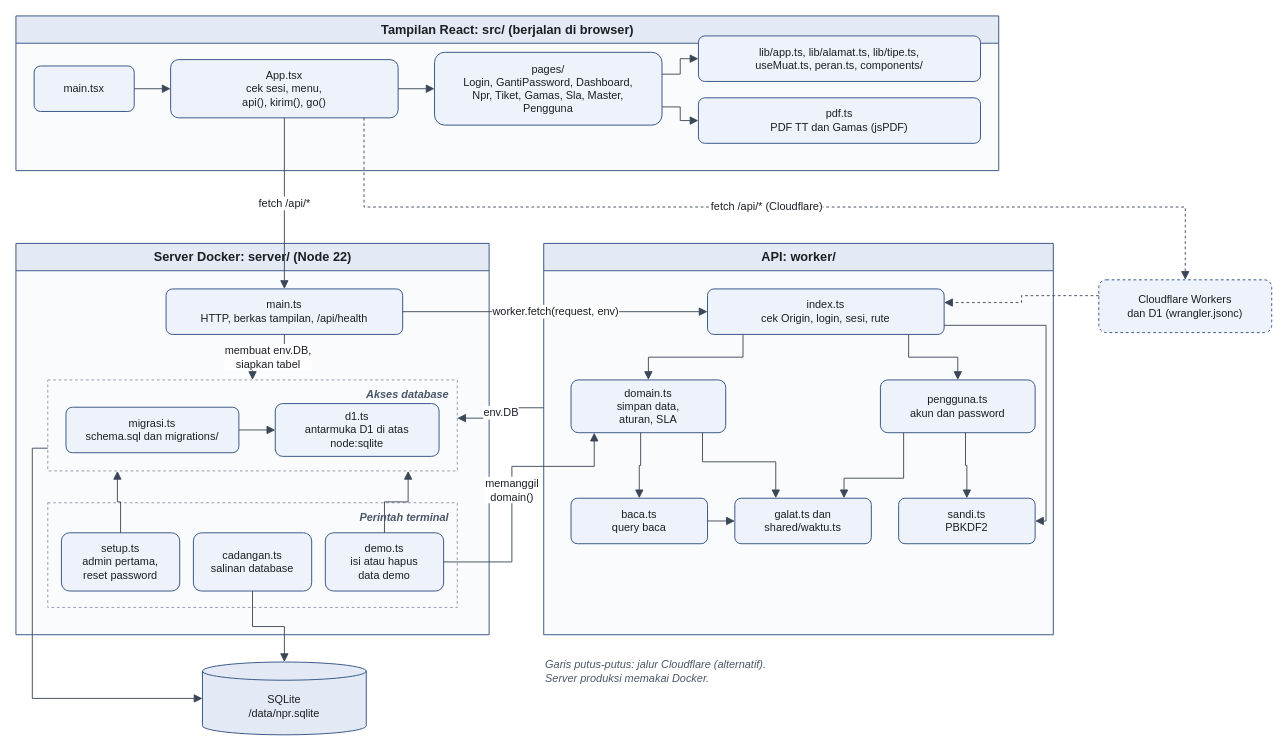
felicidad126/tyio keeps this draw.io diagram as review/gambar/diagram/05c-modul.drawio. Above is the earlier version. Source tidied: cells renumbered, new cells numbered last; positions are measured from the earlier drawing's top-left corner, leaving out a move shared by most shapes. Both pictures are drawn from the tidied source at 91%, with x=0, y=0 at pixel (15, 15).
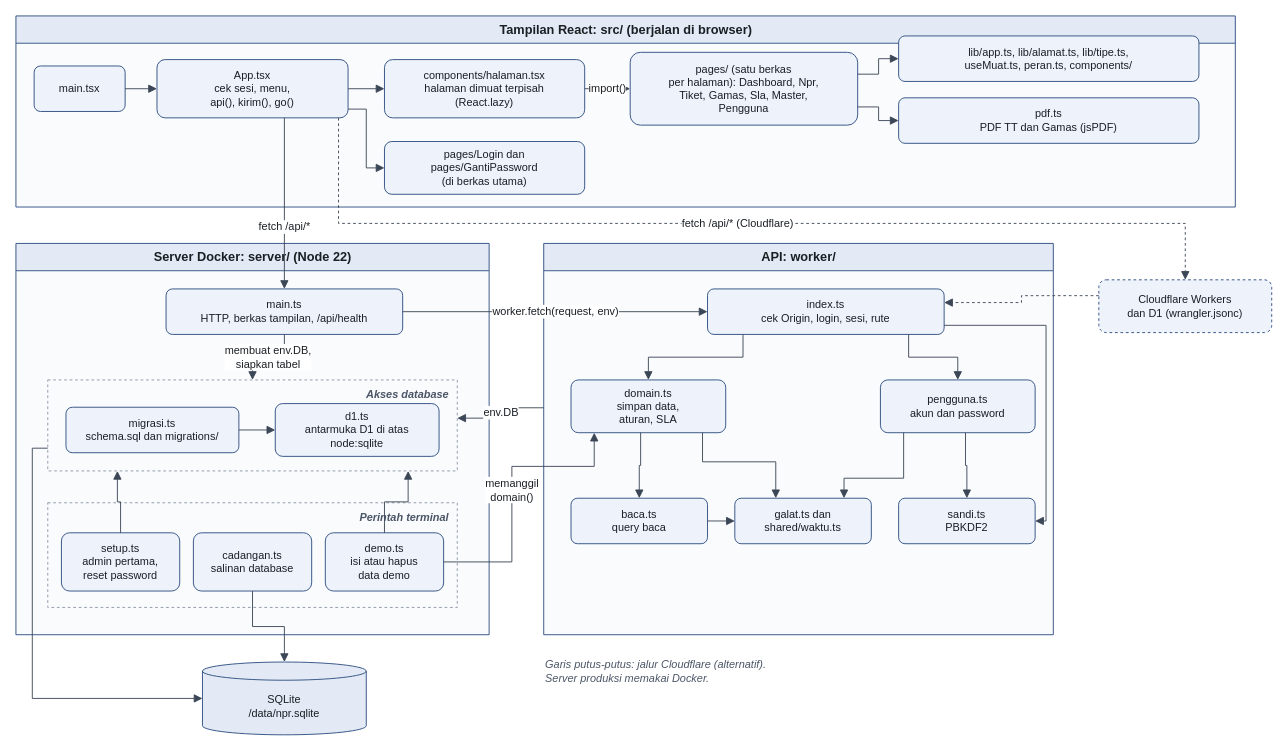
Above is the later version.

Unchanged cells that the change refers to:
```xml
<mxCell id="12" value="main.ts&#10;HTTP, berkas tampilan, /api/health" style="fontFamily=Arial;fontColor=#1B1F24;rounded=1;arcSize=14;whiteSpace=wrap;html=1;fillColor=#EEF3FB;strokeColor=#2B4C7E;fontSize=12;" parent="1" vertex="1">
  <mxGeometry x="165" y="300" width="260" height="50" as="geometry" />
</mxCell>
<mxCell id="25" value="Cloudflare Workers&#10;dan D1 (wrangler.jsonc)" style="fontFamily=Arial;fontColor=#1B1F24;rounded=1;arcSize=14;whiteSpace=wrap;html=1;fillColor=#EEF3FB;strokeColor=#2B4C7E;fontSize=12;dashed=1;" parent="1" vertex="1">
  <mxGeometry x="1190" y="290" width="190" height="58" as="geometry" />
</mxCell>
```

Change to the diagram source:
```diff
@@
     <mxCell id="2" value="Tampilan React: src/ (berjalan di browser)" style="fontFamily=Arial;fontColor=#1B1F24;swimlane;startSize=30;html=1;fillColor=#E3EAF5;swimlaneFillColor=#FAFBFD;strokeColor=#2B4C7E;fontStyle=1;fontSize=14;" parent="1" vertex="1">
-      <mxGeometry width="1080" height="170" as="geometry" />
+      <mxGeometry width="1340" height="210" as="geometry" />
     </mxCell>
@@
     <mxCell id="7" value="main.tsx" style="fontFamily=Arial;fontColor=#1B1F24;rounded=1;arcSize=14;whiteSpace=wrap;html=1;fillColor=#EEF3FB;strokeColor=#2B4C7E;fontSize=12;" parent="1" vertex="1">
-      <mxGeometry x="20" y="55" width="110" height="50" as="geometry" />
+      <mxGeometry x="20" y="55" width="100" height="50" as="geometry" />
     </mxCell>
     <mxCell id="8" value="App.tsx&#10;cek sesi, menu,&#10;api(), kirim(), go()" style="fontFamily=Arial;fontColor=#1B1F24;rounded=1;arcSize=14;whiteSpace=wrap;html=1;fillColor=#EEF3FB;strokeColor=#2B4C7E;fontSize=12;" parent="1" vertex="1">
-      <mxGeometry x="170" y="48" width="250" height="64" as="geometry" />
+      <mxGeometry x="155" y="48" width="210" height="64" as="geometry" />
     </mxCell>
+    <mxCell id="51" value="components/halaman.tsx&#10;halaman dimuat terpisah&#10;(React.lazy)" style="fontFamily=Arial;fontColor=#1B1F24;rounded=1;arcSize=14;whiteSpace=wrap;html=1;fillColor=#EEF3FB;strokeColor=#2B4C7E;fontSize=12;" parent="1" vertex="1">
+      <mxGeometry x="405" y="48" width="220" height="64" as="geometry" />
+    </mxCell>
-    <mxCell id="9" value="pages/&#10;Login, GantiPassword, Dashboard,&#10;Npr, Tiket, Gamas, Sla, Master,&#10;Pengguna" style="fontFamily=Arial;fontColor=#1B1F24;rounded=1;arcSize=14;whiteSpace=wrap;html=1;fillColor=#EEF3FB;strokeColor=#2B4C7E;fontSize=12;" parent="1" vertex="1">
-      <mxGeometry x="460" y="40" width="250" height="80" as="geometry" />
+    <mxCell id="9" value="pages/ (satu berkas&#10;per halaman): Dashboard, Npr,&#10;Tiket, Gamas, Sla, Master,&#10;Pengguna" style="fontFamily=Arial;fontColor=#1B1F24;rounded=1;arcSize=14;whiteSpace=wrap;html=1;fillColor=#EEF3FB;strokeColor=#2B4C7E;fontSize=12;" parent="1" vertex="1">
+      <mxGeometry x="675" y="40" width="250" height="80" as="geometry" />
     </mxCell>
+    <mxCell id="52" value="pages/Login dan&#10;pages/GantiPassword&#10;(di berkas utama)" style="fontFamily=Arial;fontColor=#1B1F24;rounded=1;arcSize=14;whiteSpace=wrap;html=1;fillColor=#EEF3FB;strokeColor=#2B4C7E;fontSize=12;" parent="1" vertex="1">
+      <mxGeometry x="405" y="138" width="220" height="58" as="geometry" />
+    </mxCell>
     <mxCell id="10" value="lib/app.ts, lib/alamat.ts, lib/tipe.ts,&#10;useMuat.ts, peran.ts, components/" style="fontFamily=Arial;fontColor=#1B1F24;rounded=1;arcSize=14;whiteSpace=wrap;html=1;fillColor=#EEF3FB;strokeColor=#2B4C7E;fontSize=12;" parent="1" vertex="1">
-      <mxGeometry x="750" y="22" width="310" height="50" as="geometry" />
+      <mxGeometry x="970" y="22" width="330" height="50" as="geometry" />
     </mxCell>
     <mxCell id="11" value="pdf.ts&#10;PDF TT dan Gamas (jsPDF)" style="fontFamily=Arial;fontColor=#1B1F24;rounded=1;arcSize=14;whiteSpace=wrap;html=1;fillColor=#EEF3FB;strokeColor=#2B4C7E;fontSize=12;" parent="1" vertex="1">
-      <mxGeometry x="750" y="90" width="310" height="50" as="geometry" />
+      <mxGeometry x="970" y="90" width="330" height="50" as="geometry" />
     </mxCell>
@@
-    <mxCell id="27" style="fontFamily=Arial;fontColor=#1B1F24;edgeStyle=orthogonalEdgeStyle;rounded=0;html=1;endArrow=block;endFill=1;endSize=7;strokeColor=#3B4656;fontSize=12;labelBackgroundColor=#ffffff;jumpStyle=arc;jumpSize=10;exitX=1;exitY=0.5;exitDx=0;exitDy=0;exitPerimeter=0;entryX=0;entryY=0.5;entryDx=0;entryDy=0;entryPerimeter=0;" parent="1" edge="1" source="8" target="9">
+    <mxCell id="27" style="fontFamily=Arial;fontColor=#1B1F24;edgeStyle=orthogonalEdgeStyle;rounded=0;html=1;endArrow=block;endFill=1;endSize=7;strokeColor=#3B4656;fontSize=12;labelBackgroundColor=#ffffff;jumpStyle=arc;jumpSize=10;exitX=1;exitY=0.5;exitDx=0;exitDy=0;exitPerimeter=0;entryX=0;entryY=0.5;entryDx=0;entryDy=0;entryPerimeter=0;" parent="1" edge="1" source="8" target="51">
       <mxGeometry relative="1" as="geometry" />
     </mxCell>
+    <mxCell id="53" value="import()" style="fontFamily=Arial;fontColor=#1B1F24;edgeStyle=orthogonalEdgeStyle;rounded=0;html=1;endArrow=block;endFill=1;endSize=7;strokeColor=#3B4656;fontSize=12;labelBackgroundColor=#ffffff;jumpStyle=arc;jumpSize=10;exitX=1;exitY=0.5;exitDx=0;exitDy=0;exitPerimeter=0;entryX=0;entryY=0.5;entryDx=0;entryDy=0;entryPerimeter=0;" parent="1" edge="1" source="51" target="9">
+      <mxGeometry relative="1" as="geometry" />
+    </mxCell>
+    <mxCell id="54" style="fontFamily=Arial;fontColor=#1B1F24;edgeStyle=orthogonalEdgeStyle;rounded=0;html=1;endArrow=block;endFill=1;endSize=7;strokeColor=#3B4656;fontSize=12;labelBackgroundColor=#ffffff;jumpStyle=arc;jumpSize=10;exitX=1;exitY=0.85;exitDx=0;exitDy=0;exitPerimeter=0;entryX=0;entryY=0.5;entryDx=0;entryDy=0;entryPerimeter=0;" parent="1" edge="1" source="8" target="52">
+      <mxGeometry relative="1" as="geometry">
+        <Array as="points">
+          <mxPoint x="385" y="102.4" />
+          <mxPoint x="385" y="167" />
+        </Array>
+      </mxGeometry>
+    </mxCell>
     <mxCell id="28" style="fontFamily=Arial;fontColor=#1B1F24;edgeStyle=orthogonalEdgeStyle;rounded=0;html=1;endArrow=block;endFill=1;endSize=7;strokeColor=#3B4656;fontSize=12;labelBackgroundColor=#ffffff;jumpStyle=arc;jumpSize=10;exitX=1;exitY=0.3;exitDx=0;exitDy=0;exitPerimeter=0;entryX=0;entryY=0.5;entryDx=0;entryDy=0;entryPerimeter=0;" parent="1" edge="1" source="9" target="10">
       <mxGeometry relative="1" as="geometry">
         <Array as="points">
-          <mxPoint x="730" y="64" />
-          <mxPoint x="730" y="47" />
+          <mxPoint x="948" y="64" />
+          <mxPoint x="948" y="47" />
         </Array>
       </mxGeometry>
     </mxCell>
     <mxCell id="29" style="fontFamily=Arial;fontColor=#1B1F24;edgeStyle=orthogonalEdgeStyle;rounded=0;html=1;endArrow=block;endFill=1;endSize=7;strokeColor=#3B4656;fontSize=12;labelBackgroundColor=#ffffff;jumpStyle=arc;jumpSize=10;exitX=1;exitY=0.75;exitDx=0;exitDy=0;exitPerimeter=0;entryX=0;entryY=0.5;entryDx=0;entryDy=0;entryPerimeter=0;" parent="1" edge="1" source="9" target="11">
       <mxGeometry relative="1" as="geometry">
         <Array as="points">
-          <mxPoint x="730" y="100" />
-          <mxPoint x="730" y="115" />
+          <mxPoint x="948" y="100" />
+          <mxPoint x="948" y="115" />
         </Array>
       </mxGeometry>
     </mxCell>
-    <mxCell id="30" value="fetch /api/*" style="fontFamily=Arial;fontColor=#1B1F24;edgeStyle=orthogonalEdgeStyle;rounded=0;html=1;endArrow=block;endFill=1;endSize=7;strokeColor=#3B4656;fontSize=12;labelBackgroundColor=#ffffff;jumpStyle=arc;jumpSize=10;exitX=0.5;exitY=1;exitDx=0;exitDy=0;exitPerimeter=0;entryX=0.5;entryY=0;entryDx=0;entryDy=0;entryPerimeter=0;" parent="1" edge="1" source="8" target="12">
-      <mxGeometry relative="1" as="geometry" />
+    <mxCell id="30" value="fetch /api/*" style="fontFamily=Arial;fontColor=#1B1F24;edgeStyle=orthogonalEdgeStyle;rounded=0;html=1;endArrow=block;endFill=1;endSize=7;strokeColor=#3B4656;fontSize=12;labelBackgroundColor=#ffffff;jumpStyle=arc;jumpSize=10;exitX=0.6667;exitY=1;exitDx=0;exitDy=0;exitPerimeter=0;entryX=0.5;entryY=0;entryDx=0;entryDy=0;entryPerimeter=0;" parent="1" edge="1" source="8" target="12">
+      <mxGeometry x="0.28" relative="1" as="geometry" />
     </mxCell>
-    <mxCell id="31" value="fetch /api/* (Cloudflare)" style="fontFamily=Arial;fontColor=#1B1F24;edgeStyle=orthogonalEdgeStyle;rounded=0;html=1;endArrow=block;endFill=1;endSize=7;strokeColor=#3B4656;fontSize=12;labelBackgroundColor=#ffffff;jumpStyle=arc;jumpSize=10;dashed=1;exitX=0.85;exitY=1;exitDx=0;exitDy=0;exitPerimeter=0;entryX=0.5;entryY=0;entryDx=0;entryDy=0;entryPerimeter=0;" parent="1" edge="1" source="8" target="25">
+    <mxCell id="31" value="fetch /api/* (Cloudflare)" style="fontFamily=Arial;fontColor=#1B1F24;edgeStyle=orthogonalEdgeStyle;rounded=0;html=1;endArrow=block;endFill=1;endSize=7;strokeColor=#3B4656;fontSize=12;labelBackgroundColor=#ffffff;jumpStyle=arc;jumpSize=10;dashed=1;exitX=0.95;exitY=1;exitDx=0;exitDy=0;exitPerimeter=0;entryX=0.5;entryY=0;entryDx=0;entryDy=0;entryPerimeter=0;" parent="1" edge="1" source="8" target="25">
       <mxGeometry relative="1" as="geometry">
         <Array as="points">
-          <mxPoint x="382" y="210" />
-          <mxPoint x="1285" y="210" />
+          <mxPoint x="354.5" y="228" />
+          <mxPoint x="1285" y="228" />
         </Array>
       </mxGeometry>
     </mxCell>
```
